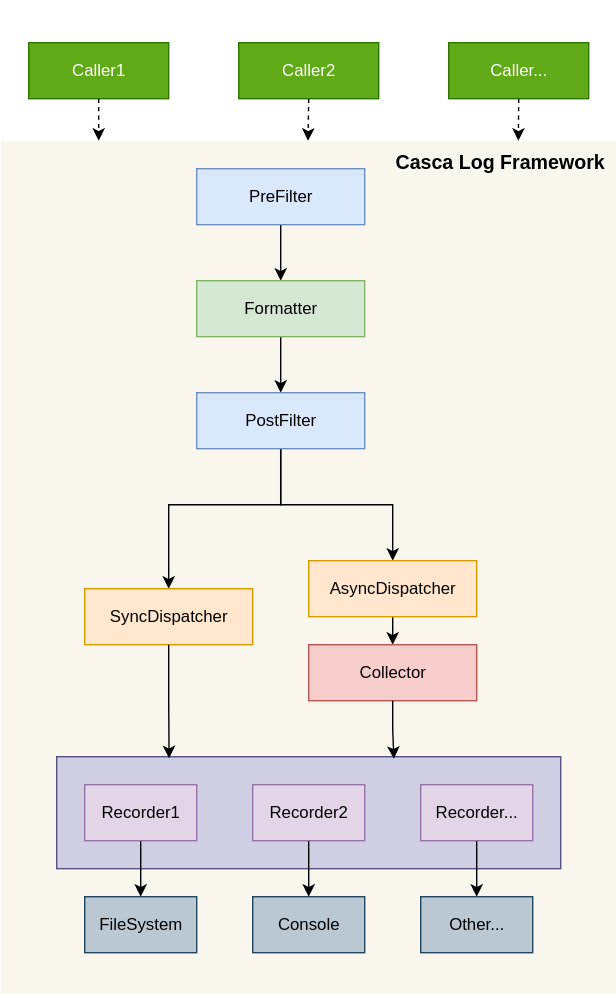
The draw.io diagram docs/images/CascaLogFramework.svg in polaris-ni/casca_log, before a commit. Source tidied: cells renumbered, new cells last; positions are measured from the earlier drawing's top-left corner, leaving out a move shared by most shapes.
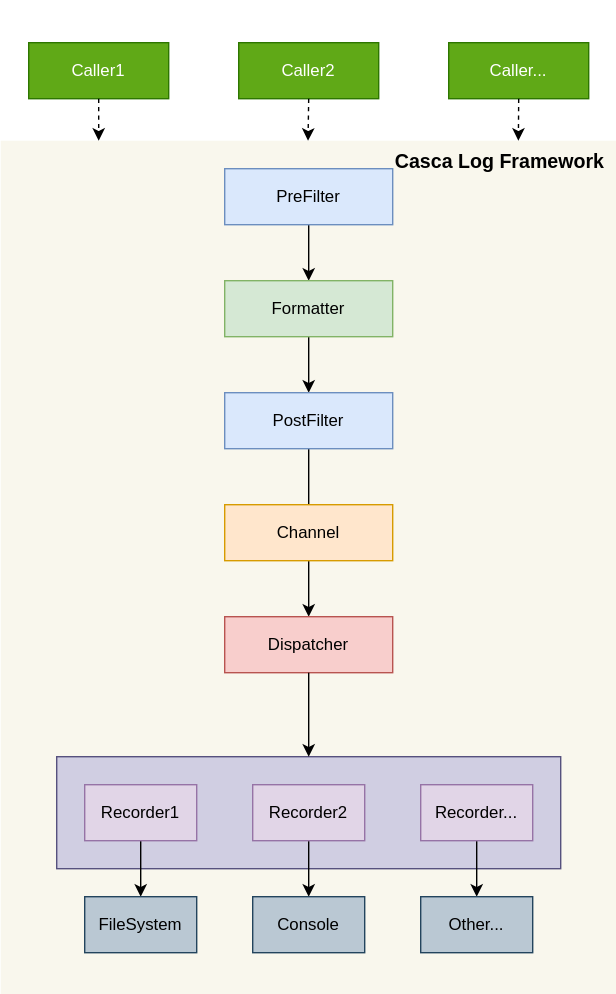
After the change.

What changed in the source:
```diff
@@ -18,45 +18,34 @@
       <mxGeometry relative="1" as="geometry" />
     </mxCell>
     <mxCell id="7" value="PreFilter" style="rounded=0;whiteSpace=wrap;html=1;fillColor=#dae8fc;strokeColor=#6c8ebf;" parent="1" vertex="1">
-      <mxGeometry x="140" y="120" width="120" height="40" as="geometry" />
+      <mxGeometry x="160" y="120" width="120" height="40" as="geometry" />
     </mxCell>
     <mxCell id="8" style="edgeStyle=orthogonalEdgeStyle;rounded=0;jettySize=auto;html=1;" parent="1" edge="1" source="9" target="12">
       <mxGeometry relative="1" as="geometry" />
     </mxCell>
     <mxCell id="9" value="Formatter" style="rounded=0;whiteSpace=wrap;html=1;fillColor=#d5e8d4;strokeColor=#82b366;" parent="1" vertex="1">
-      <mxGeometry x="140" y="200" width="120" height="40" as="geometry" />
+      <mxGeometry x="160" y="200" width="120" height="40" as="geometry" />
     </mxCell>
-    <mxCell id="10" style="edgeStyle=orthogonalEdgeStyle;rounded=0;jettySize=auto;html=1;exitX=0.5;exitY=1;exitDx=0;exitDy=0;entryX=0.5;entryY=0;entryDx=0;entryDy=0;" parent="1" edge="1" source="12" target="13">
-      <mxGeometry relative="1" as="geometry">
-        <Array as="points">
-          <mxPoint x="200" y="360" />
-          <mxPoint x="120" y="360" />
-        </Array>
-      </mxGeometry>
-    </mxCell>
-    <mxCell id="11" style="edgeStyle=orthogonalEdgeStyle;rounded=0;jettySize=auto;html=1;exitX=0.5;exitY=1;exitDx=0;exitDy=0;entryX=0.5;entryY=0;entryDx=0;entryDy=0;" parent="1" edge="1" source="12" target="15">
-      <mxGeometry relative="1" as="geometry">
-        <Array as="points">
-          <mxPoint x="200" y="360" />
-          <mxPoint x="280" y="360" />
-        </Array>
-      </mxGeometry>
-    </mxCell>
+    <mxCell id="34" style="edgeStyle=orthogonalEdgeStyle;rounded=0;jettySize=auto;html=1;exitX=0.5;exitY=1;exitDx=0;exitDy=0;entryX=0.5;entryY=0;entryDx=0;entryDy=0;" parent="1" edge="1" source="12" target="36">
+      <mxGeometry relative="1" as="geometry">
+        <Array as="points">
+          <mxPoint x="200" y="370" />
+          <mxPoint x="200" y="370" />
+        </Array>
+      </mxGeometry>
+    </mxCell>
     <mxCell id="12" value="PostFilter" style="rounded=0;whiteSpace=wrap;html=1;fillColor=#dae8fc;strokeColor=#6c8ebf;" parent="1" vertex="1">
-      <mxGeometry x="140" y="280" width="120" height="40" as="geometry" />
+      <mxGeometry x="160" y="280" width="120" height="40" as="geometry" />
     </mxCell>
-    <mxCell id="13" value="SyncDispatcher" style="rounded=0;whiteSpace=wrap;html=1;fillColor=#ffe6cc;strokeColor=#d79b00;" parent="1" vertex="1">
-      <mxGeometry x="60" y="420" width="120" height="40" as="geometry" />
-    </mxCell>
-    <mxCell id="14" style="edgeStyle=orthogonalEdgeStyle;rounded=0;jettySize=auto;html=1;exitX=0.5;exitY=1;exitDx=0;exitDy=0;entryX=0.5;entryY=0;entryDx=0;entryDy=0;" parent="1" edge="1" source="15" target="16">
-      <mxGeometry relative="1" as="geometry" />
-    </mxCell>
-    <mxCell id="15" value="AsyncDispatcher" style="rounded=0;whiteSpace=wrap;html=1;fillColor=#ffe6cc;strokeColor=#d79b00;" parent="1" vertex="1">
-      <mxGeometry x="220" y="400" width="120" height="40" as="geometry" />
-    </mxCell>
-    <mxCell id="16" value="Collector" style="rounded=0;whiteSpace=wrap;html=1;fillColor=#f8cecc;strokeColor=#b85450;" parent="1" vertex="1">
-      <mxGeometry x="220" y="460" width="120" height="40" as="geometry" />
-    </mxCell>
+    <mxCell id="35" style="edgeStyle=orthogonalEdgeStyle;rounded=0;jettySize=auto;html=1;exitX=0.5;exitY=1;exitDx=0;exitDy=0;entryX=0.5;entryY=0;entryDx=0;entryDy=0;" parent="1" edge="1" source="36" target="37">
+      <mxGeometry relative="1" as="geometry" />
+    </mxCell>
+    <mxCell id="36" value="Channel" style="rounded=0;whiteSpace=wrap;html=1;fillColor=#ffe6cc;strokeColor=#d79b00;" parent="1" vertex="1">
+      <mxGeometry x="160" y="360" width="120" height="40" as="geometry" />
+    </mxCell>
+    <mxCell id="37" value="Dispatcher" style="rounded=0;whiteSpace=wrap;html=1;fillColor=#f8cecc;strokeColor=#b85450;" parent="1" vertex="1">
+      <mxGeometry x="160" y="440" width="120" height="40" as="geometry" />
+    </mxCell>
     <mxCell id="17" style="edgeStyle=orthogonalEdgeStyle;rounded=0;jettySize=auto;html=1;exitX=0.5;exitY=1;exitDx=0;exitDy=0;entryX=0.5;entryY=0;entryDx=0;entryDy=0;" parent="1" edge="1" source="18" target="23">
       <mxGeometry relative="1" as="geometry" />
     </mxCell>
@@ -84,12 +73,9 @@
     <mxCell id="25" value="Other..." style="rounded=0;whiteSpace=wrap;html=1;fillColor=#bac8d3;strokeColor=#23445d;" parent="1" vertex="1">
       <mxGeometry x="300" y="640" width="80" height="40" as="geometry" />
     </mxCell>
-    <mxCell id="26" style="edgeStyle=orthogonalEdgeStyle;rounded=0;jettySize=auto;html=1;exitX=0.5;exitY=1;exitDx=0;exitDy=0;entryX=0.223;entryY=0.014;entryDx=0;entryDy=0;entryPerimeter=0;" parent="1" edge="1" source="13" target="4">
-      <mxGeometry relative="1" as="geometry" />
-    </mxCell>
-    <mxCell id="27" style="edgeStyle=orthogonalEdgeStyle;rounded=0;jettySize=auto;html=1;exitX=0.5;exitY=1;exitDx=0;exitDy=0;entryX=0.669;entryY=0.019;entryDx=0;entryDy=0;entryPerimeter=0;" parent="1" edge="1" source="16" target="4">
-      <mxGeometry relative="1" as="geometry" />
-    </mxCell>
+    <mxCell id="38" style="edgeStyle=orthogonalEdgeStyle;rounded=0;jettySize=auto;html=1;exitX=0.5;exitY=1;exitDx=0;exitDy=0;entryX=0.5;entryY=0;entryDx=0;entryDy=0;" parent="1" edge="1" source="37" target="4">
+      <mxGeometry relative="1" as="geometry" />
+    </mxCell>
     <mxCell id="28" value="Casca Log&amp;nbsp;&lt;span style=&quot;background-color: transparent; color: light-dark(rgb(0, 0, 0), rgb(255, 255, 255));&quot;&gt;Framework&lt;/span&gt;" style="text;html=1;align=left;verticalAlign=middle;strokeColor=none;fillColor=none;fontSize=14;fontStyle=1;" parent="1" vertex="1">
       <mxGeometry x="280" y="100" width="160" height="30" as="geometry" />
     </mxCell>
@@ -99,22 +85,22 @@
     <mxCell id="30" value="Caller..." style="rounded=0;whiteSpace=wrap;html=1;fillColor=#60a917;fontColor=#ffffff;strokeColor=#2D7600;" parent="1" vertex="1">
       <mxGeometry x="320" y="30" width="100" height="40" as="geometry" />
     </mxCell>
-    <mxCell id="31" style="endArrow=classic;html=1;rounded=0;exitX=0.5;exitY=1;exitDx=0;exitDy=0;dashed=1;" parent="1" edge="1" source="5">
-      <mxGeometry relative="1" as="geometry">
-        <mxPoint x="70" y="100" as="targetPoint" />
-      </mxGeometry>
-    </mxCell>
-    <mxCell id="32" style="endArrow=classic;html=1;rounded=0;dashed=1;" parent="1" edge="1">
-      <mxGeometry relative="1" as="geometry">
-        <mxPoint x="220" y="70" as="sourcePoint" />
-        <mxPoint x="219.5" y="100" as="targetPoint" />
-      </mxGeometry>
-    </mxCell>
-    <mxCell id="33" style="endArrow=classic;html=1;rounded=0;dashed=1;" parent="1" edge="1">
-      <mxGeometry relative="1" as="geometry">
-        <mxPoint x="370" y="70" as="sourcePoint" />
-        <mxPoint x="369.8" y="100" as="targetPoint" />
-      </mxGeometry>
-    </mxCell>
+    <mxCell id="39" style="endArrow=classic;html=1;rounded=0;exitX=0.5;exitY=1;exitDx=0;exitDy=0;dashed=1;" parent="1" edge="1" source="5">
+      <mxGeometry relative="1" as="geometry">
+        <mxPoint x="70" y="100" as="targetPoint" />
+      </mxGeometry>
+    </mxCell>
+    <mxCell id="40" style="endArrow=classic;html=1;rounded=0;dashed=1;" parent="1" edge="1">
+      <mxGeometry relative="1" as="geometry">
+        <mxPoint x="220" y="70" as="sourcePoint" />
+        <mxPoint x="219.5" y="100" as="targetPoint" />
+      </mxGeometry>
+    </mxCell>
+    <mxCell id="41" style="endArrow=classic;html=1;rounded=0;dashed=1;" parent="1" edge="1">
+      <mxGeometry relative="1" as="geometry">
+        <mxPoint x="370" y="70" as="sourcePoint" />
+        <mxPoint x="369.8" y="100" as="targetPoint" />
+      </mxGeometry>
+    </mxCell>
   </root>
 </mxGraphModel>
```
